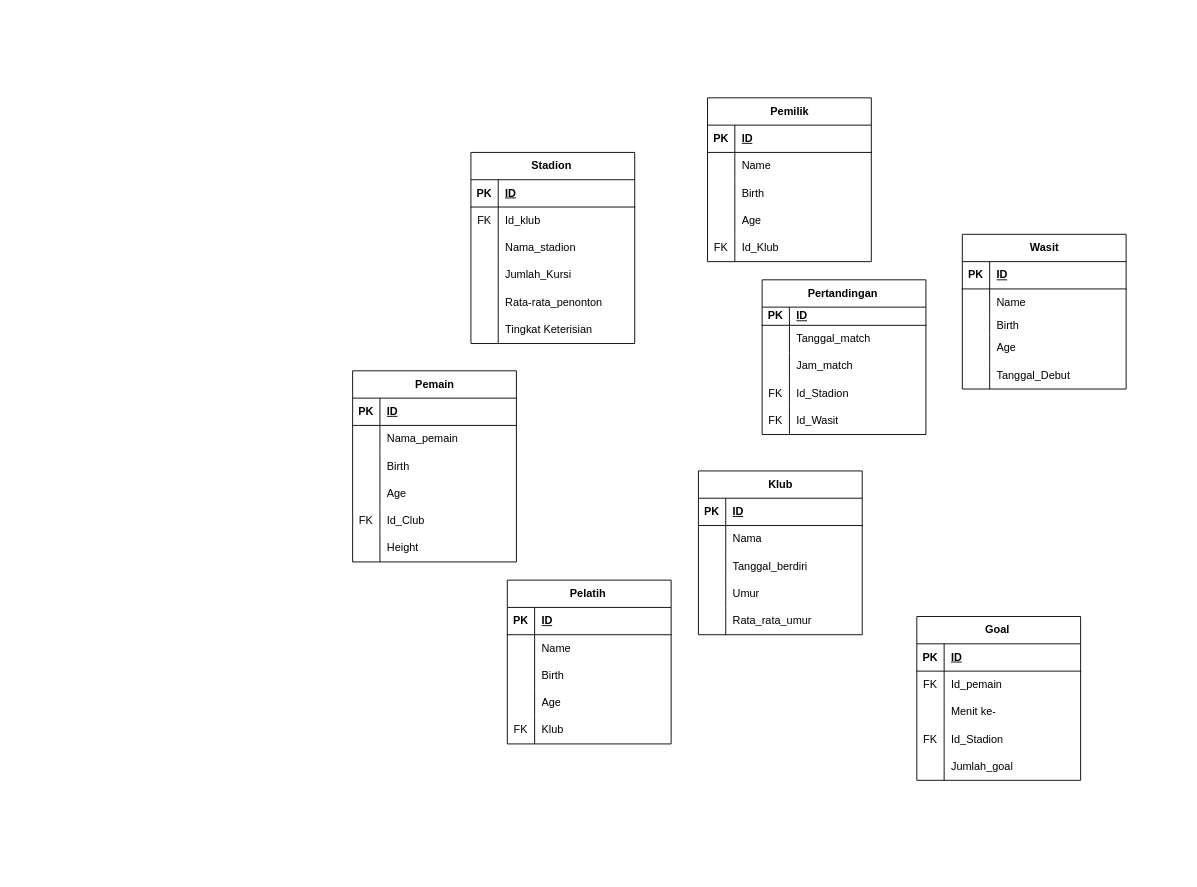
This is Football.drawio from scsjaej/BengkelGo_Asset, a draw.io file, before an edit. Source tidied: cells renumbered, new cells numbered last; positions are measured from the earlier drawing's top-left corner, leaving out a move shared by most shapes. Both pictures are drawn from the tidied source at 91%, with x=0, y=0 at pixel (352, 97).
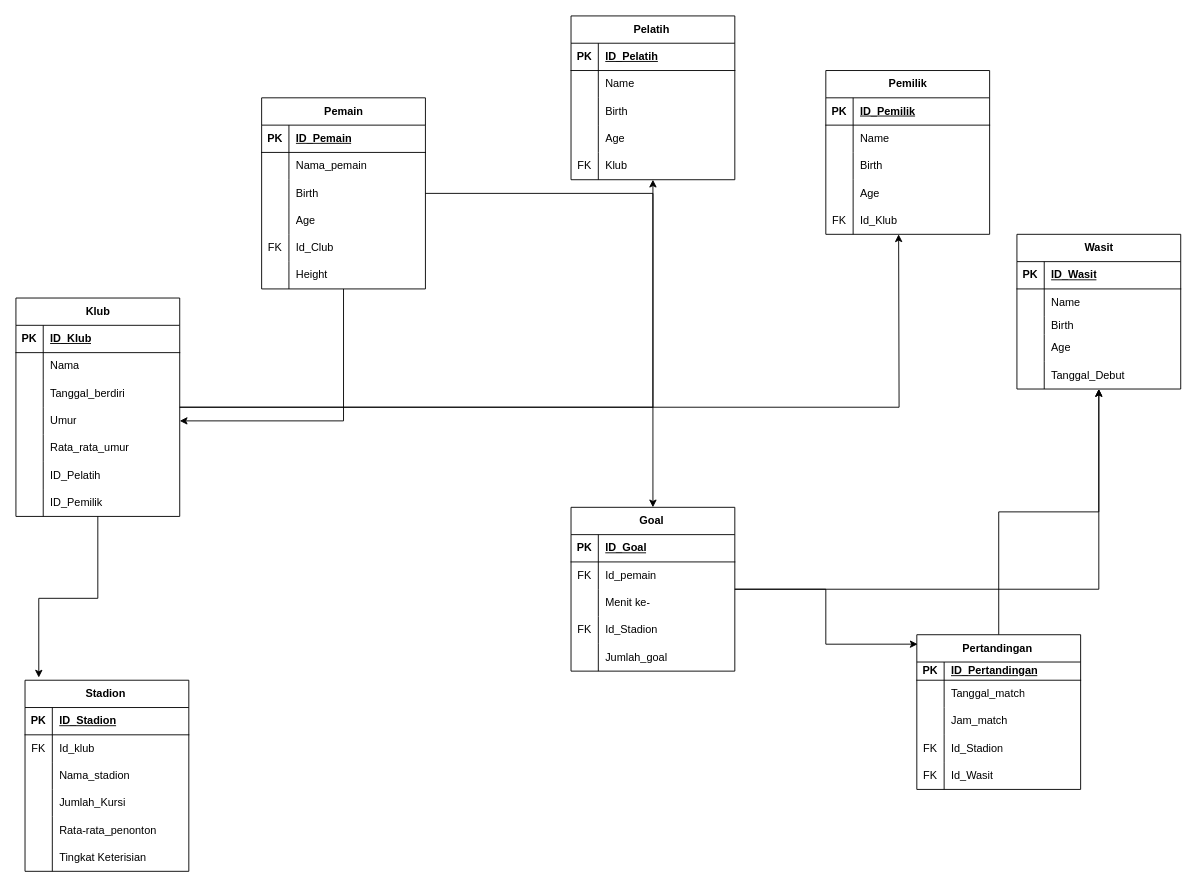
Above is the later version.

The change refers to these unchanged cells:
```xml
<mxCell id="3" style="shape=tableRow;horizontal=0;startSize=0;swimlaneHead=0;swimlaneBody=0;fillColor=none;top=0;left=0;right=0;bottom=1;" parent="2" vertex="1">
  <mxGeometry y="30" width="180" height="30" as="geometry" />
</mxCell>
<mxCell id="22" style="shape=tableRow;horizontal=0;startSize=0;swimlaneHead=0;swimlaneBody=0;fillColor=none;top=0;left=0;right=0;bottom=1;" parent="21" vertex="1">
  <mxGeometry y="30" width="180" height="30" as="geometry" />
</mxCell>
<mxCell id="38" style="shape=tableRow;horizontal=0;startSize=0;swimlaneHead=0;swimlaneBody=0;fillColor=none;top=0;left=0;right=0;bottom=1;" parent="37" vertex="1">
  <mxGeometry y="30" width="180" height="30" as="geometry" />
</mxCell>
<mxCell id="54" style="shape=tableRow;horizontal=0;startSize=0;swimlaneHead=0;swimlaneBody=0;fillColor=none;top=0;left=0;right=0;bottom=1;" parent="53" vertex="1">
  <mxGeometry y="30" width="180" height="30" as="geometry" />
</mxCell>
<mxCell id="73" style="shape=tableRow;horizontal=0;startSize=0;swimlaneHead=0;swimlaneBody=0;fillColor=none;top=0;left=0;right=0;bottom=1;" parent="72" vertex="1">
  <mxGeometry y="30" width="180" height="30" as="geometry" />
</mxCell>
<mxCell id="89" style="shape=tableRow;horizontal=0;startSize=0;swimlaneHead=0;swimlaneBody=0;fillColor=none;top=0;left=0;right=0;bottom=1;" parent="88" vertex="1">
  <mxGeometry y="30" width="180" height="30" as="geometry" />
</mxCell>
<mxCell id="98" style="shape=tableRow;horizontal=0;startSize=0;swimlaneHead=0;swimlaneBody=0;fillColor=none;points=[[0,0.5],[1,0.5]];portConstraint=eastwest;top=0;left=0;right=0;bottom=0;" parent="88" vertex="1">
  <mxGeometry y="120" width="180" height="30" as="geometry" />
</mxCell>
<mxCell id="105" style="shape=tableRow;horizontal=0;startSize=0;swimlaneHead=0;swimlaneBody=0;fillColor=none;top=0;left=0;right=0;bottom=1;" parent="104" vertex="1">
  <mxGeometry y="30" width="180" height="20" as="geometry" />
</mxCell>
<mxCell id="121" style="shape=tableRow;horizontal=0;startSize=0;swimlaneHead=0;swimlaneBody=0;fillColor=none;top=0;left=0;right=0;bottom=1;" parent="120" vertex="1">
  <mxGeometry y="30" width="180" height="30" as="geometry" />
</mxCell>
```

Change to the diagram source:
```diff
@@
+    <mxCell id="136" style="edgeStyle=orthogonalEdgeStyle;rounded=0;jettySize=auto;html=1;entryX=1;entryY=0.5;entryDx=0;entryDy=0;" parent="1" edge="1" source="2" target="98">
+      <mxGeometry relative="1" as="geometry" />
+    </mxCell>
+    <mxCell id="137" style="edgeStyle=orthogonalEdgeStyle;rounded=0;jettySize=auto;html=1;" parent="1" edge="1" source="2" target="120">
+      <mxGeometry relative="1" as="geometry" />
+    </mxCell>
     <mxCell id="2" value="Pemain" style="shape=table;startSize=30;childLayout=tableLayout;rowLines=0;fontStyle=1;align=center;html=1;" parent="1" vertex="1">
-      <mxGeometry y="300" width="180" height="210" as="geometry" />
+      <mxGeometry x="-100" width="180" height="210" as="geometry" />
     </mxCell>
@@
-    <mxCell id="5" value="ID" style="shape=partialRectangle;fillColor=none;top=0;left=0;bottom=0;right=0;align=left;spacingLeft=6;fontStyle=5;overflow=hidden;whiteSpace=wrap;html=1;" parent="3" vertex="1">
+    <mxCell id="5" value="ID_Pemain" style="shape=partialRectangle;fillColor=none;top=0;left=0;bottom=0;right=0;align=left;spacingLeft=6;fontStyle=5;overflow=hidden;whiteSpace=wrap;html=1;" parent="3" vertex="1">
       <mxGeometry x="30" width="150" height="30" as="geometry" />
     </mxCell>
@@
     <mxCell id="21" value="Wasit" style="shape=table;startSize=30;childLayout=tableLayout;rowLines=0;fontStyle=1;align=center;html=1;" parent="1" vertex="1">
-      <mxGeometry x="670" y="150" width="180" height="170" as="geometry" />
+      <mxGeometry x="730" y="150" width="180" height="170" as="geometry" />
     </mxCell>
@@
-    <mxCell id="24" value="ID" style="shape=partialRectangle;fillColor=none;top=0;left=0;bottom=0;right=0;align=left;spacingLeft=6;fontStyle=5;overflow=hidden;whiteSpace=wrap;html=1;" parent="22" vertex="1">
+    <mxCell id="24" value="ID_Wasit" style="shape=partialRectangle;fillColor=none;top=0;left=0;bottom=0;right=0;align=left;spacingLeft=6;fontStyle=5;overflow=hidden;whiteSpace=wrap;html=1;" parent="22" vertex="1">
       <mxGeometry x="30" width="150" height="30" as="geometry" />
     </mxCell>
@@
     <mxCell id="37" value="Pelatih&amp;nbsp;" style="shape=table;startSize=30;childLayout=tableLayout;rowLines=0;fontStyle=1;align=center;html=1;" parent="1" vertex="1">
-      <mxGeometry x="170" y="530" width="180" height="180" as="geometry" />
+      <mxGeometry x="240" y="-90" width="180" height="180" as="geometry" />
     </mxCell>
@@
-    <mxCell id="40" value="ID" style="shape=partialRectangle;fillColor=none;top=0;left=0;bottom=0;right=0;align=left;spacingLeft=6;fontStyle=5;overflow=hidden;whiteSpace=wrap;html=1;" parent="38" vertex="1">
+    <mxCell id="40" value="ID_Pelatih" style="shape=partialRectangle;fillColor=none;top=0;left=0;bottom=0;right=0;align=left;spacingLeft=6;fontStyle=5;overflow=hidden;whiteSpace=wrap;html=1;" parent="38" vertex="1">
       <mxGeometry x="30" width="150" height="30" as="geometry" />
     </mxCell>
@@
     <mxCell id="53" value="Stadion&amp;nbsp;" style="shape=table;startSize=30;childLayout=tableLayout;rowLines=0;fontStyle=1;align=center;html=1;" parent="1" vertex="1">
-      <mxGeometry x="130" y="60" width="180" height="210" as="geometry" />
+      <mxGeometry x="-360" y="640" width="180" height="210" as="geometry" />
     </mxCell>
@@
-    <mxCell id="56" value="ID" style="shape=partialRectangle;fillColor=none;top=0;left=0;bottom=0;right=0;align=left;spacingLeft=6;fontStyle=5;overflow=hidden;whiteSpace=wrap;html=1;" parent="54" vertex="1">
+    <mxCell id="56" value="ID_Stadion" style="shape=partialRectangle;fillColor=none;top=0;left=0;bottom=0;right=0;align=left;spacingLeft=6;fontStyle=5;overflow=hidden;whiteSpace=wrap;html=1;" parent="54" vertex="1">
       <mxGeometry x="30" width="150" height="30" as="geometry" />
     </mxCell>
@@
     <mxCell id="72" value="Pemilik" style="shape=table;startSize=30;childLayout=tableLayout;rowLines=0;fontStyle=1;align=center;html=1;" parent="1" vertex="1">
-      <mxGeometry x="390" width="180" height="180" as="geometry" />
+      <mxGeometry x="520" y="-30" width="180" height="180" as="geometry" />
     </mxCell>
@@
-    <mxCell id="75" value="ID" style="shape=partialRectangle;fillColor=none;top=0;left=0;bottom=0;right=0;align=left;spacingLeft=6;fontStyle=5;overflow=hidden;whiteSpace=wrap;html=1;" parent="73" vertex="1">
+    <mxCell id="75" value="ID_Pemilik" style="shape=partialRectangle;fillColor=none;top=0;left=0;bottom=0;right=0;align=left;spacingLeft=6;fontStyle=5;overflow=hidden;whiteSpace=wrap;html=1;" parent="73" vertex="1">
       <mxGeometry x="30" width="150" height="30" as="geometry" />
     </mxCell>
@@
+    <mxCell id="138" style="edgeStyle=orthogonalEdgeStyle;rounded=0;jettySize=auto;html=1;" parent="1" edge="1" source="88" target="37">
+      <mxGeometry relative="1" as="geometry" />
+    </mxCell>
+    <mxCell id="139" style="edgeStyle=orthogonalEdgeStyle;rounded=0;jettySize=auto;html=1;" parent="1" edge="1" source="88">
+      <mxGeometry relative="1" as="geometry">
+        <mxPoint x="600" y="150" as="targetPoint" />
+      </mxGeometry>
+    </mxCell>
     <mxCell id="88" value="Klub" style="shape=table;startSize=30;childLayout=tableLayout;rowLines=0;fontStyle=1;align=center;html=1;" parent="1" vertex="1">
-      <mxGeometry x="380" y="410" width="180" height="180" as="geometry" />
+      <mxGeometry x="-370" y="220" width="180" height="240" as="geometry" />
     </mxCell>
@@
-    <mxCell id="91" value="ID" style="shape=partialRectangle;fillColor=none;top=0;left=0;bottom=0;right=0;align=left;spacingLeft=6;fontStyle=5;overflow=hidden;whiteSpace=wrap;html=1;" parent="89" vertex="1">
+    <mxCell id="91" value="ID_Klub" style="shape=partialRectangle;fillColor=none;top=0;left=0;bottom=0;right=0;align=left;spacingLeft=6;fontStyle=5;overflow=hidden;whiteSpace=wrap;html=1;" parent="89" vertex="1">
       <mxGeometry x="30" width="150" height="30" as="geometry" />
     </mxCell>
@@
+    <mxCell id="140" style="shape=tableRow;horizontal=0;startSize=0;swimlaneHead=0;swimlaneBody=0;fillColor=none;top=0;left=0;right=0;bottom=0;" parent="88" vertex="1">
+      <mxGeometry y="180" width="180" height="30" as="geometry" />
+    </mxCell>
+    <mxCell id="141" style="shape=partialRectangle;fillColor=none;top=0;left=0;bottom=0;right=0;overflow=hidden;whiteSpace=wrap;html=1;" parent="140" vertex="1">
+      <mxGeometry width="30" height="30" as="geometry" />
+    </mxCell>
+    <mxCell id="142" value="ID_Pelatih" style="shape=partialRectangle;fillColor=none;top=0;left=0;bottom=0;right=0;align=left;spacingLeft=6;overflow=hidden;whiteSpace=wrap;html=1;" parent="140" vertex="1">
+      <mxGeometry x="30" width="150" height="30" as="geometry" />
+    </mxCell>
+    <mxCell id="143" style="shape=tableRow;horizontal=0;startSize=0;swimlaneHead=0;swimlaneBody=0;fillColor=none;top=0;left=0;right=0;bottom=0;" parent="88" vertex="1">
+      <mxGeometry y="210" width="180" height="30" as="geometry" />
+    </mxCell>
+    <mxCell id="144" style="shape=partialRectangle;fillColor=none;top=0;left=0;bottom=0;right=0;overflow=hidden;whiteSpace=wrap;html=1;" parent="143" vertex="1">
+      <mxGeometry width="30" height="30" as="geometry" />
+    </mxCell>
+    <mxCell id="145" value="ID_Pemilik&amp;nbsp;" style="shape=partialRectangle;fillColor=none;top=0;left=0;bottom=0;right=0;align=left;spacingLeft=6;overflow=hidden;whiteSpace=wrap;html=1;" parent="143" vertex="1">
+      <mxGeometry x="30" width="150" height="30" as="geometry" />
+    </mxCell>
+    <mxCell id="146" style="edgeStyle=orthogonalEdgeStyle;rounded=0;jettySize=auto;html=1;" parent="1" edge="1" source="104" target="21">
+      <mxGeometry relative="1" as="geometry" />
+    </mxCell>
     <mxCell id="104" value="Pertandingan&amp;nbsp;" style="shape=table;startSize=30;childLayout=tableLayout;rowLines=0;fontStyle=1;align=center;html=1;" parent="1" vertex="1">
-      <mxGeometry x="450" y="200" width="180" height="170" as="geometry" />
+      <mxGeometry x="620" y="590" width="180" height="170" as="geometry" />
     </mxCell>
@@
-    <mxCell id="107" value="ID" style="shape=partialRectangle;fillColor=none;top=0;left=0;bottom=0;right=0;align=left;spacingLeft=6;fontStyle=5;overflow=hidden;whiteSpace=wrap;html=1;" parent="105" vertex="1">
+    <mxCell id="107" value="ID_Pertandingan" style="shape=partialRectangle;fillColor=none;top=0;left=0;bottom=0;right=0;align=left;spacingLeft=6;fontStyle=5;overflow=hidden;whiteSpace=wrap;html=1;" parent="105" vertex="1">
       <mxGeometry x="30" width="150" height="20" as="geometry" />
     </mxCell>
@@
+    <mxCell id="147" style="edgeStyle=orthogonalEdgeStyle;rounded=0;jettySize=auto;html=1;" parent="1" edge="1" source="120" target="21">
+      <mxGeometry relative="1" as="geometry" />
+    </mxCell>
     <mxCell id="120" value="Goal&amp;nbsp;" style="shape=table;startSize=30;childLayout=tableLayout;rowLines=0;fontStyle=1;align=center;html=1;" parent="1" vertex="1">
-      <mxGeometry x="620" y="570" width="180" height="180" as="geometry" />
+      <mxGeometry x="240" y="450" width="180" height="180" as="geometry" />
     </mxCell>
@@
-    <mxCell id="123" value="ID" style="shape=partialRectangle;fillColor=none;top=0;left=0;bottom=0;right=0;align=left;spacingLeft=6;fontStyle=5;overflow=hidden;whiteSpace=wrap;html=1;" parent="121" vertex="1">
+    <mxCell id="123" value="ID_Goal" style="shape=partialRectangle;fillColor=none;top=0;left=0;bottom=0;right=0;align=left;spacingLeft=6;fontStyle=5;overflow=hidden;whiteSpace=wrap;html=1;" parent="121" vertex="1">
       <mxGeometry x="30" width="150" height="30" as="geometry" />
     </mxCell>
@@
+    <mxCell id="148" style="edgeStyle=orthogonalEdgeStyle;rounded=0;jettySize=auto;html=1;entryX=0.084;entryY=-0.014;entryDx=0;entryDy=0;entryPerimeter=0;" parent="1" edge="1" source="88" target="53">
+      <mxGeometry relative="1" as="geometry" />
+    </mxCell>
+    <mxCell id="149" style="edgeStyle=orthogonalEdgeStyle;rounded=0;jettySize=auto;html=1;entryX=0.005;entryY=0.061;entryDx=0;entryDy=0;entryPerimeter=0;" parent="1" edge="1" source="120" target="104">
+      <mxGeometry relative="1" as="geometry" />
+    </mxCell>
```
